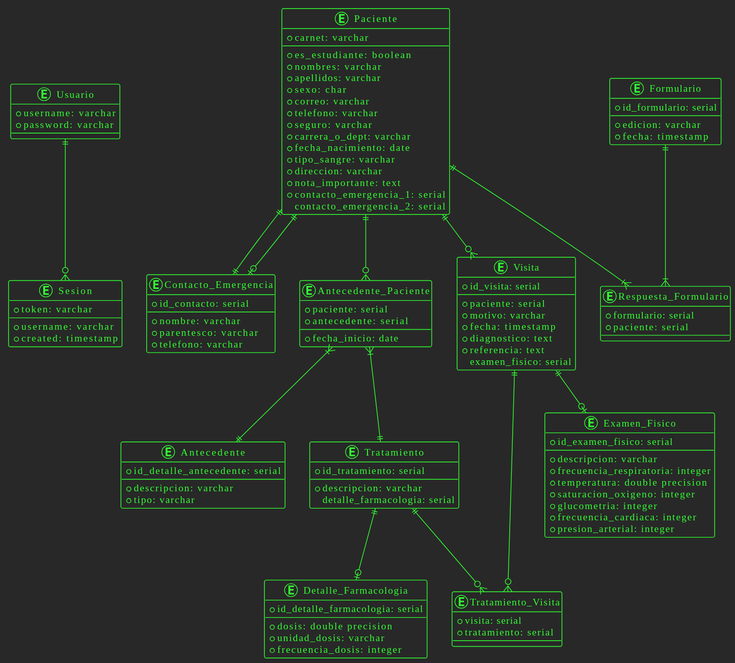
Earlier version of the PlantUML export wiki/mantenimiento/imgs/ER_diagram.svg (SanitasUVG/Sanitas). The source it was exported from:
```plantuml
@startuml
!theme crt-green

entity Usuario {
    * username: varchar
    * password: varchar
}

entity Sesion {
    * token: varchar
    ---
		* username: varchar
    * created: timestamp
}

entity Contacto_Emergencia {
    * id_contacto: serial
    ---
    * nombre: varchar
    * parentesco: varchar
    * telefono: varchar
}

entity Paciente {
    * carnet: varchar
    ---
    * es_estudiante: boolean
    * nombres: varchar
    * apellidos: varchar
    * sexo: char
    * correo: varchar
    * telefono: varchar
    * seguro: varchar
    * carrera_o_dept: varchar
    * fecha_nacimiento: date
    * tipo_sangre: varchar
    * direccion: varchar
    * nota_importante: text
    * contacto_emergencia_1: serial
    contacto_emergencia_2: serial
}

entity Antecedente_Paciente {
    * paciente: serial
    * antecedente: serial
    ---
    * fecha_inicio: date
}

entity Antecedente {
    * id_detalle_antecedente: serial
    ---
    * descripcion: varchar
    * tipo: varchar
}

entity Tratamiento {
    * id_tratamiento: serial
    ---
    * descripcion: varchar
    detalle_farmacologia: serial
}

entity Detalle_Farmacologia {
    * id_detalle_farmacologia: serial
    ---
    * dosis: double precision
    * unidad_dosis: varchar
    * frecuencia_dosis: integer
}

entity Tratamiento_Visita {
    * visita: serial
    * tratamiento: serial
}

entity Visita {
    * id_visita: serial
    ---
    * paciente: serial
    * motivo: varchar
    * fecha: timestamp
    * diagnostico: text
    * referencia: text
    examen_fisico: serial
}

entity Examen_Fisico {
    * id_examen_fisico: serial
    ---
    * descripcion: varchar
    * frecuencia_respiratoria: integer
    * temperatura: double precision
    * saturacion_oxigeno: integer
    * glucometria: integer
    * frecuencia_cardiaca: integer
    * presion_arterial: integer
}

entity Formulario {
    * id_formulario: serial
    ---
    * edicion: varchar
    * fecha: timestamp
}

entity Respuesta_Formulario {
    * formulario: serial
    * paciente: serial
}

Usuario ||--o{ Sesion

Paciente ||--o{ Antecedente_Paciente
Paciente ||--|| Contacto_Emergencia
Paciente ||--o| Contacto_Emergencia

Paciente ||--o{ Visita
Visita ||--o| Examen_Fisico

Paciente ||--|{ Respuesta_Formulario
Formulario ||--|{ Respuesta_Formulario

Antecedente_Paciente }|--|| Antecedente
Antecedente_Paciente }|--|| Tratamiento

Visita ||--o{ Tratamiento_Visita
Tratamiento ||--o{ Tratamiento_Visita

Tratamiento ||--o| Detalle_Farmacologia
@enduml
```
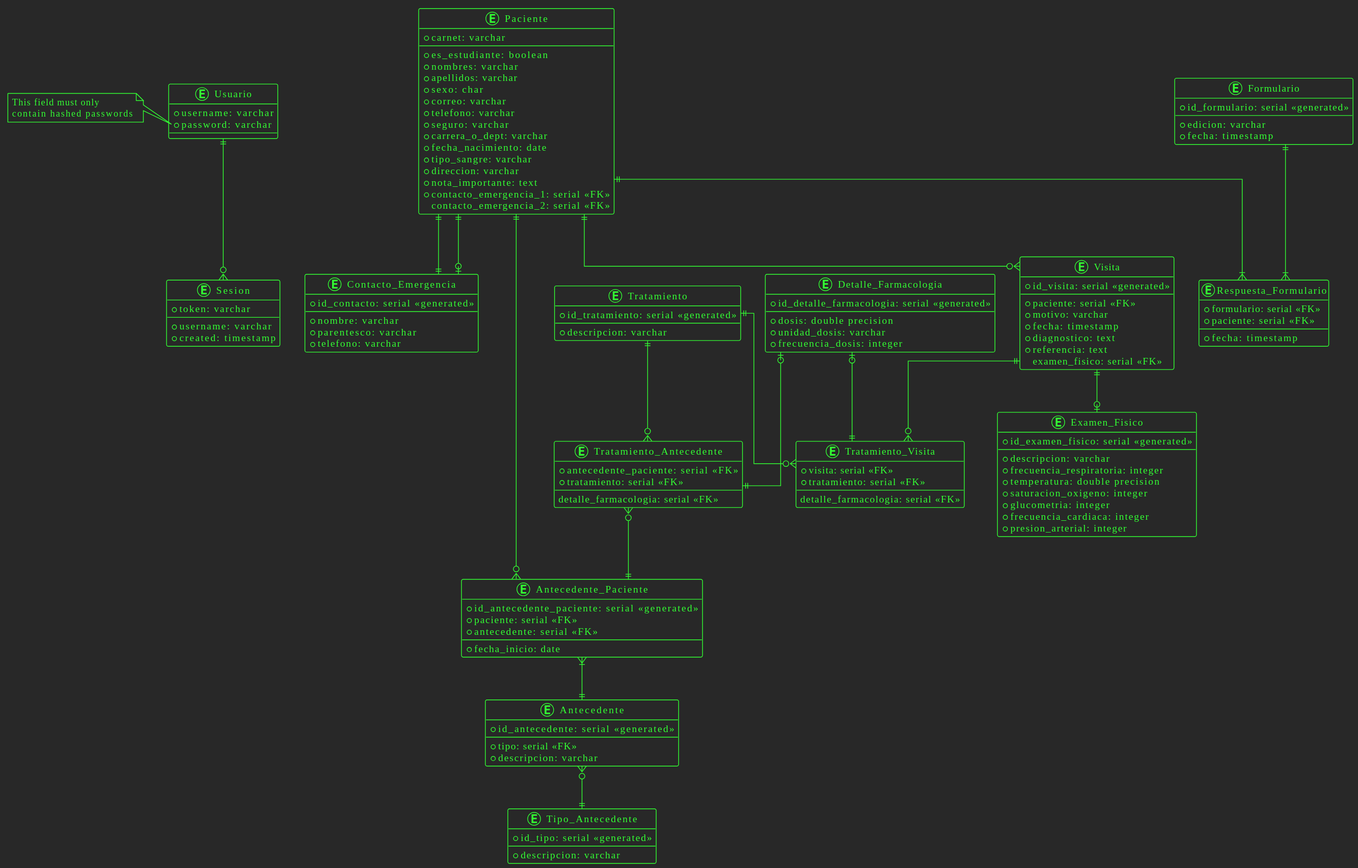
Later version of the same file.

The edit, as a diff of the source:
```diff
@@ -1,5 +1,6 @@
 @startuml
 !theme crt-green
+skinparam linetype ortho
 
 entity Usuario {
     * username: varchar
@@ -8,14 +9,14 @@
 
 entity Sesion {
     * token: varchar
-    ---
+    --
 		* username: varchar
     * created: timestamp
 }
 
 entity Contacto_Emergencia {
-    * id_contacto: serial
-    ---
+    * id_contacto: serial <<generated>>
+    --
     * nombre: varchar
     * parentesco: varchar
     * telefono: varchar
@@ -23,7 +24,7 @@
 
 entity Paciente {
     * carnet: varchar
-    ---
+    --
     * es_estudiante: boolean
     * nombres: varchar
     * apellidos: varchar
@@ -36,58 +37,73 @@
     * tipo_sangre: varchar
     * direccion: varchar
     * nota_importante: text
-    * contacto_emergencia_1: serial
-    contacto_emergencia_2: serial
+    * contacto_emergencia_1: serial <<FK>>
+    contacto_emergencia_2: serial <<FK>>
 }
 
 entity Antecedente_Paciente {
-    * paciente: serial
-    * antecedente: serial
-    ---
-    * fecha_inicio: date
+	* id_antecedente_paciente: serial <<generated>>
+	* paciente: serial <<FK>>
+	* antecedente: serial <<FK>>
+	--
+	* fecha_inicio: date
 }
 
 entity Antecedente {
-    * id_detalle_antecedente: serial
-    ---
+	* id_antecedente: serial <<generated>>
+	--
+	* tipo: serial <<FK>>
+	* descripcion: varchar
+}
+
+entity Tipo_Antecedente {
+    * id_tipo: serial <<generated>>
+    --
     * descripcion: varchar
-    * tipo: varchar
 }
 
 entity Tratamiento {
-    * id_tratamiento: serial
-    ---
+    * id_tratamiento: serial <<generated>>
+    --
     * descripcion: varchar
-    detalle_farmacologia: serial
+}
+
+entity Tratamiento_Antecedente {
+	* antecedente_paciente: serial <<FK>>
+	* tratamiento: serial <<FK>>
+	--
+	detalle_farmacologia: serial <<FK>>
 }
 
 entity Detalle_Farmacologia {
-    * id_detalle_farmacologia: serial
-    ---
+    * id_detalle_farmacologia: serial <<generated>>
+    --
     * dosis: double precision
     * unidad_dosis: varchar
     * frecuencia_dosis: integer
 }
 
 entity Tratamiento_Visita {
-    * visita: serial
-    * tratamiento: serial
+    * visita: serial <<FK>>
+    * tratamiento: serial <<FK>>
+    --
+    detalle_farmacologia: serial <<FK>>
 }
 
 entity Visita {
-    * id_visita: serial
-    ---
-    * paciente: serial
+    * id_visita: serial <<generated>>
+    --
+    * paciente: serial <<FK>>
     * motivo: varchar
     * fecha: timestamp
     * diagnostico: text
     * referencia: text
-    examen_fisico: serial
+    examen_fisico: serial <<FK>>
 }
 
 entity Examen_Fisico {
-    * id_examen_fisico: serial
-    ---
+    * id_examen_fisico: serial <<generated>>
+    --
     * descripcion: varchar
     * frecuencia_respiratoria: integer
     * temperatura: double precision
@@ -98,15 +114,17 @@
 }
 
 entity Formulario {
-    * id_formulario: serial
-    ---
+    * id_formulario: serial <<generated>>
+    --
     * edicion: varchar
     * fecha: timestamp
 }
 
 entity Respuesta_Formulario {
-    * formulario: serial
-    * paciente: serial
+    * formulario: serial <<FK>>
+    * paciente: serial <<FK>>
+    --
+    * fecha: timestamp
 }
 
 Usuario ||--o{ Sesion
@@ -122,10 +140,21 @@
 Formulario ||--|{ Respuesta_Formulario
 
 Antecedente_Paciente }|--|| Antecedente
-Antecedente_Paciente }|--|| Tratamiento
 
 Visita ||--o{ Tratamiento_Visita
 Tratamiento ||--o{ Tratamiento_Visita
 
-Tratamiento ||--o| Detalle_Farmacologia
+Tratamiento ||--o{ Tratamiento_Antecedente
+Tratamiento_Antecedente }o--|| Antecedente_Paciente
+
+Detalle_Farmacologia |o--|| Tratamiento_Visita
+Detalle_Farmacologia |o--|| Tratamiento_Antecedente
+
+Antecedente }o--||  Tipo_Antecedente
+
+
+note left of Usuario::password
+This field must only
+contain hashed passwords
+end note
 @enduml
```
